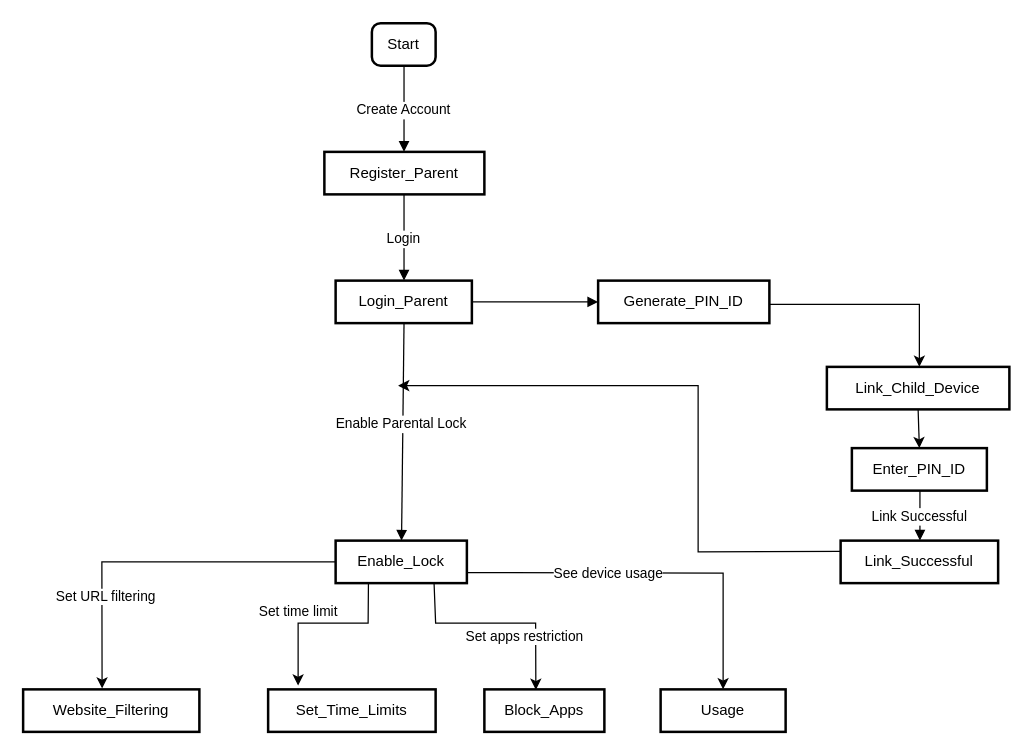
Inco9nit0/Parental-Lock-System-Project-FYP- keeps this draw.io diagram as user flow.drawio. Above is the earlier version. Source tidied: cells renumbered, new cells numbered last; positions are measured from the earlier drawing's top-left corner, leaving out a move shared by most shapes. Both pictures are drawn from the tidied source at 125%, with x=0, y=0 at pixel (22, 22).
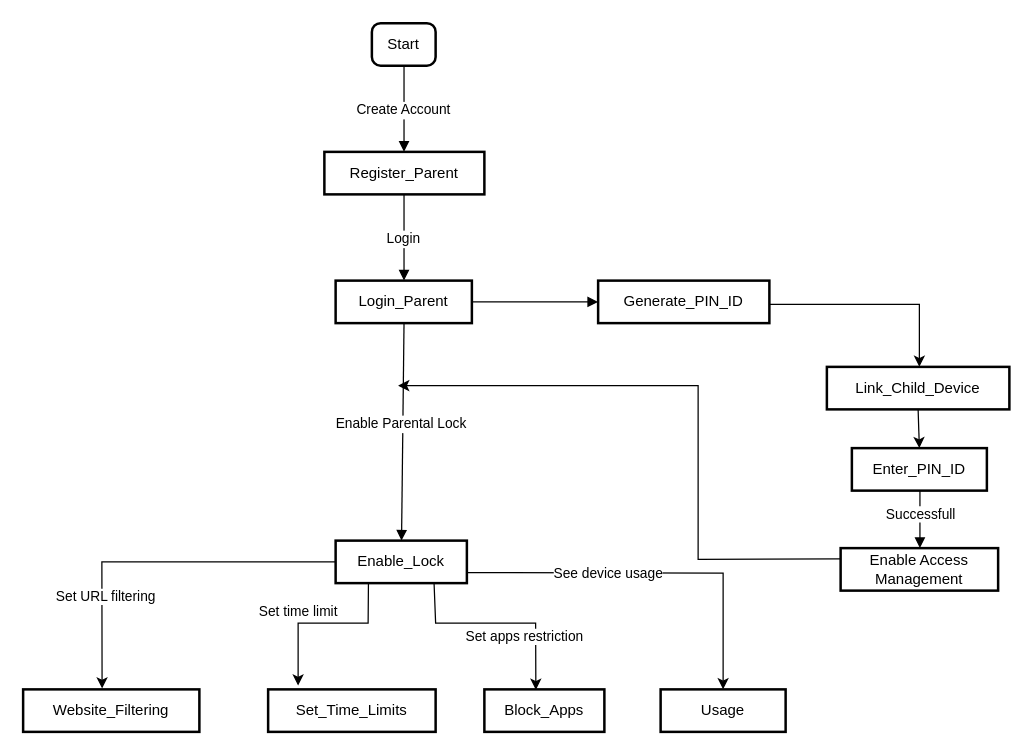
The same page after the edit.

The change refers to these unchanged cells:
```xml
<mxCell id="10" value="Enter_PIN_ID" style="whiteSpace=wrap;strokeWidth=2;" parent="1" vertex="1">
  <mxGeometry x="663" y="340" width="108" height="34" as="geometry" />
</mxCell>
```

The edit, as a diff of the source:
```diff
@@
-    <mxCell id="11" value="Link_Successful" style="whiteSpace=wrap;strokeWidth=2;" parent="1" vertex="1">
-      <mxGeometry x="654" y="414" width="126" height="34" as="geometry" />
+    <mxCell id="11" value="Enable Access Management" style="whiteSpace=wrap;strokeWidth=2;" parent="1" vertex="1">
+      <mxGeometry x="654" y="420" width="126" height="34" as="geometry" />
     </mxCell>
@@
-    <mxCell id="15" value="Link Successful" style="curved=1;startArrow=none;endArrow=block;exitX=0.5041775173611112;exitY=1;entryX=0.5035807291666666;entryY=0;" parent="1" edge="1" source="10" target="11">
+    <mxCell id="15" style="curved=1;startArrow=none;endArrow=block;exitX=0.5041775173611112;exitY=1;entryX=0.5035807291666666;entryY=0;" parent="1" edge="1" source="10" target="11">
       <mxGeometry relative="1" as="geometry" />
     </mxCell>
+    <mxCell id="30" value="Successfull" style="edgeLabel;html=1;align=center;verticalAlign=middle;" parent="15" vertex="1">
+      <mxGeometry x="-0.22" relative="1" as="geometry" />
+    </mxCell>
@@
     <mxCell id="29" style="endArrow=classic;html=1;rounded=0;exitX=0;exitY=0.25;exitDx=0;exitDy=0;" parent="1" edge="1" source="11">
       <mxGeometry relative="1" as="geometry">
         <mxPoint x="300" y="290" as="targetPoint" />
         <Array as="points">
-          <mxPoint x="540" y="423" />
+          <mxPoint x="540" y="429" />
           <mxPoint x="540" y="290" />
         </Array>
       </mxGeometry>
     </mxCell>
```
